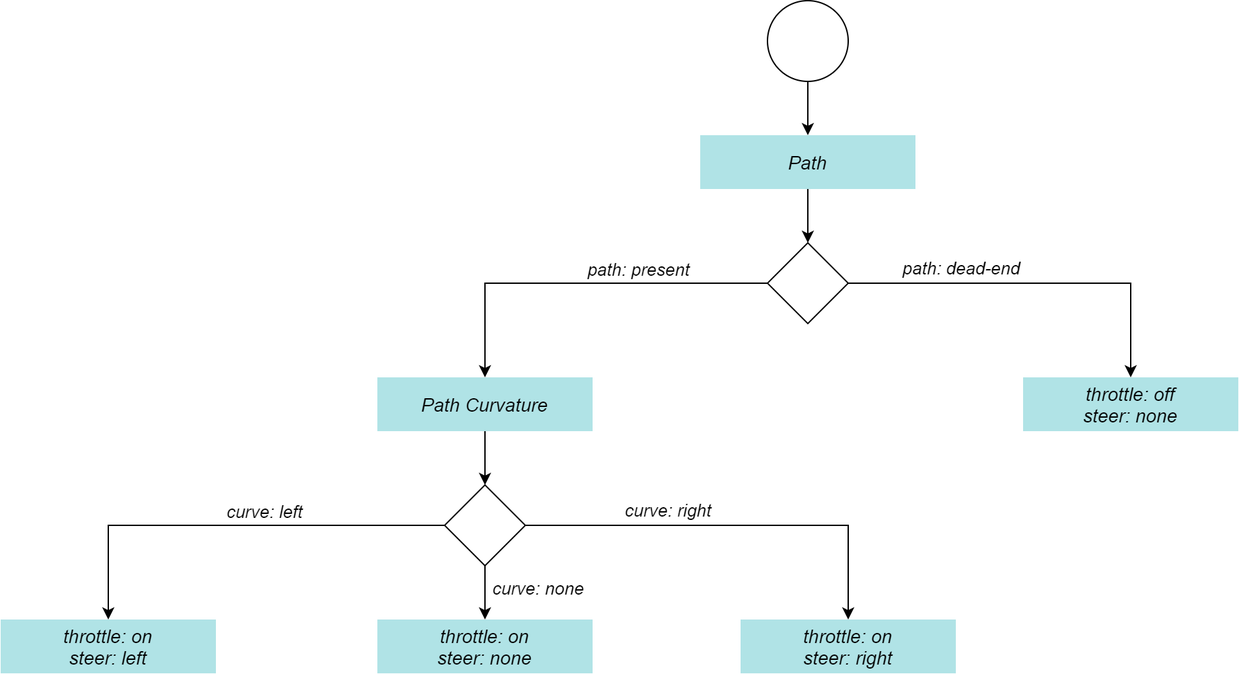
The draw.io diagram images/Step2.png in reshma58/IOT_ProjectReport, before a commit. Source tidied: cells renumbered, new cells last; positions are measured from the earlier drawing's top-left corner, leaving out a move shared by most shapes.
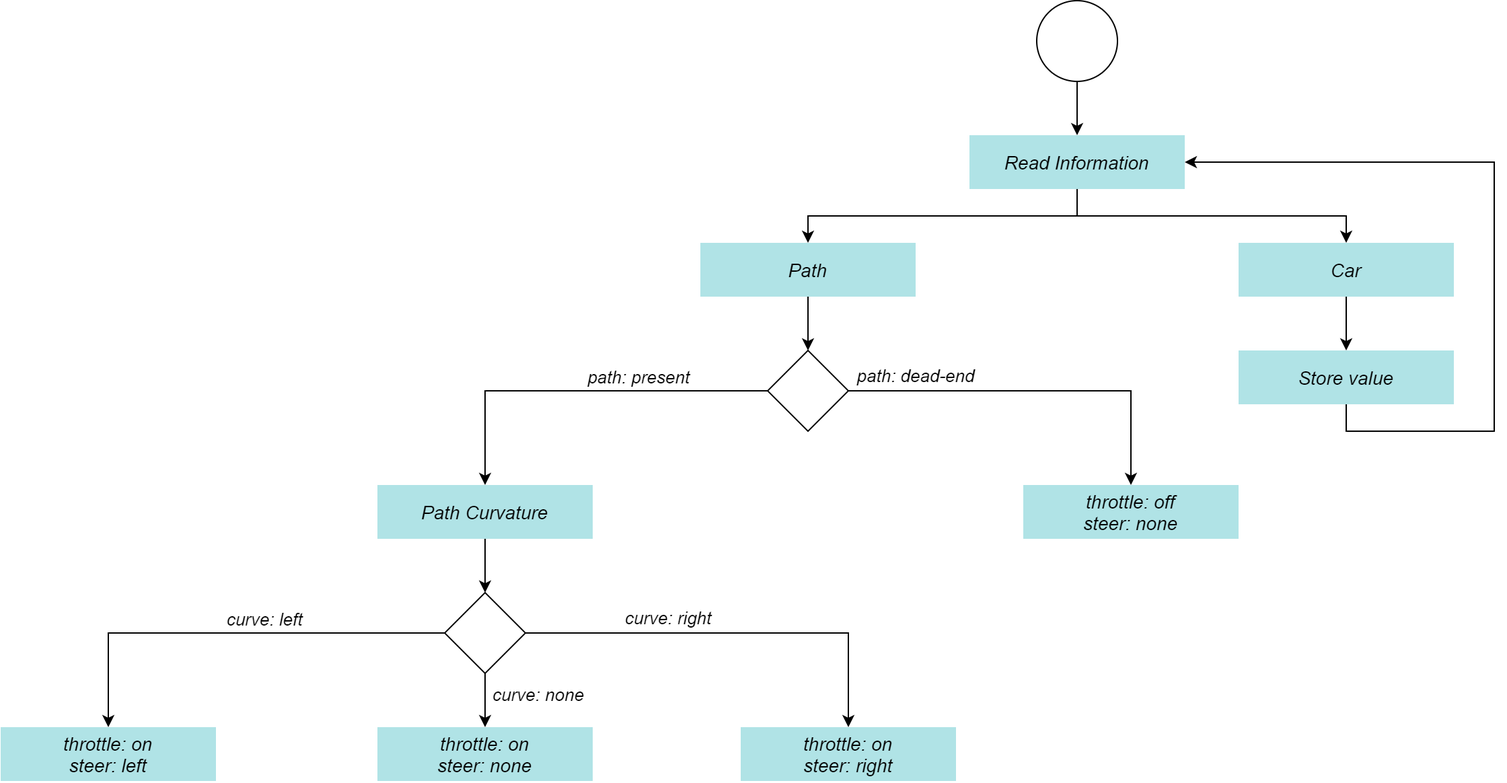
The same diagram one commit later.

Diff of the diagram source:
```diff
@@ -2,77 +2,79 @@
   <root>
     <mxCell id="0" />
     <mxCell id="1" parent="0" />
-    <mxCell id="2" style="edgeStyle=orthogonalEdgeStyle;rounded=0;jettySize=auto;html=1;entryX=0.5;entryY=0;entryDx=0;entryDy=0;" parent="1" edge="1" source="3" target="5">
-      <mxGeometry relative="1" as="geometry" />
-    </mxCell>
-    <mxCell id="3" style="ellipse;whiteSpace=wrap;html=1;" parent="1" vertex="1">
-      <mxGeometry x="570" width="60" height="60" as="geometry" />
-    </mxCell>
-    <mxCell id="4" style="edgeStyle=orthogonalEdgeStyle;rounded=0;jettySize=auto;html=1;entryX=0.5;entryY=0;entryDx=0;entryDy=0;" parent="1" edge="1" source="5" target="10">
-      <mxGeometry relative="1" as="geometry" />
-    </mxCell>
+    <mxCell id="21" style="edgeStyle=orthogonalEdgeStyle;rounded=0;orthogonalLoop=1;jettySize=auto;html=1;entryX=0.5;entryY=0;entryDx=0;entryDy=0;" parent="1" edge="1">
+      <mxGeometry relative="1" as="geometry">
+        <mxPoint x="790" y="370" as="sourcePoint" />
+      </mxGeometry>
+    </mxCell>
+    <mxCell id="22" style="edgeStyle=orthogonalEdgeStyle;rounded=0;orthogonalLoop=1;jettySize=auto;html=1;entryX=0.5;entryY=0;entryDx=0;entryDy=0;" parent="1" edge="1">
+      <mxGeometry relative="1" as="geometry">
+        <mxPoint x="850" y="370" as="sourcePoint" />
+      </mxGeometry>
+    </mxCell>
+    <mxCell id="29" style="edgeStyle=orthogonalEdgeStyle;rounded=0;jettySize=auto;html=1;entryX=0.5;entryY=0;entryDx=0;entryDy=0;" parent="1" edge="1" source="30" target="42">
+      <mxGeometry relative="1" as="geometry" />
+    </mxCell>
+    <mxCell id="30" style="ellipse;whiteSpace=wrap;html=1;" parent="1" vertex="1">
+      <mxGeometry x="770" y="-80" width="60" height="60" as="geometry" />
+    </mxCell>
+    <mxCell id="31" style="edgeStyle=orthogonalEdgeStyle;rounded=0;jettySize=auto;html=1;entryX=0.5;entryY=0;entryDx=0;entryDy=0;" parent="1" edge="1" source="5" target="34">
+      <mxGeometry relative="1" as="geometry" />
+    </mxCell>
     <mxCell id="5" value="&lt;span style=&quot;font-size: 16px&quot;&gt;Path&lt;/span&gt;" style="rounded=0;whiteSpace=wrap;html=1;fillColor=#b0e3e6;strokeColor=none;fontStyle=2;" parent="1" vertex="1">
       <mxGeometry x="520" y="100" width="160" height="40" as="geometry" />
     </mxCell>
-    <mxCell id="6" style="edgeStyle=orthogonalEdgeStyle;rounded=0;jettySize=auto;html=1;entryX=0.5;entryY=0;entryDx=0;entryDy=0;" parent="1" edge="1" source="10" target="19">
-      <mxGeometry relative="1" as="geometry">
-        <Array as="points">
-          <mxPoint x="360" y="210" />
-        </Array>
-      </mxGeometry>
-    </mxCell>
+    <mxCell id="32" style="edgeStyle=orthogonalEdgeStyle;rounded=0;jettySize=auto;html=1;entryX=0.5;entryY=0;entryDx=0;entryDy=0;" parent="1" edge="1" source="34" target="19">
+      <mxGeometry relative="1" as="geometry">
+        <Array as="points">
+          <mxPoint x="360" y="210" />
+        </Array>
+      </mxGeometry>
+    </mxCell>
-    <mxCell id="7" value="&lt;font color=&quot;#000000&quot; style=&quot;font-size: 13px&quot;&gt;path: present&lt;/font&gt;" style="edgeLabel;html=1;align=center;verticalAlign=bottom;fontColor=#FFFFFF;fontSize=13;fontStyle=2;spacingTop=0;spacing=2;spacingLeft=0;labelPosition=center;verticalLabelPosition=top;" parent="6" vertex="1">
+    <mxCell id="7" value="&lt;font color=&quot;#000000&quot; style=&quot;font-size: 13px&quot;&gt;path: present&lt;/font&gt;" style="edgeLabel;html=1;align=center;verticalAlign=bottom;fontColor=#FFFFFF;fontSize=13;fontStyle=2;spacingTop=0;spacing=2;spacingLeft=0;labelPosition=center;verticalLabelPosition=top;" parent="32" vertex="1">
       <mxGeometry x="-0.31" y="-1" relative="1" as="geometry" />
     </mxCell>
-    <mxCell id="8" style="edgeStyle=orthogonalEdgeStyle;rounded=0;jettySize=auto;html=1;entryX=0.5;entryY=0;entryDx=0;entryDy=0;" parent="1" edge="1" source="10" target="20">
-      <mxGeometry relative="1" as="geometry" />
-    </mxCell>
+    <mxCell id="33" style="edgeStyle=orthogonalEdgeStyle;rounded=0;jettySize=auto;html=1;entryX=0.5;entryY=0;entryDx=0;entryDy=0;" parent="1" edge="1" source="34" target="20">
+      <mxGeometry relative="1" as="geometry" />
+    </mxCell>
-    <mxCell id="9" value="&lt;font style=&quot;font-size: 13px&quot;&gt;path: dead-end&lt;/font&gt;" style="edgeLabel;html=1;align=center;verticalAlign=bottom;fontSize=13;fontStyle=2;labelPosition=center;verticalLabelPosition=top;" parent="8" vertex="1">
-      <mxGeometry x="-0.41" y="2" relative="1" as="geometry" />
+    <mxCell id="9" value="&lt;font style=&quot;font-size: 13px&quot;&gt;path: dead-end&lt;/font&gt;" style="edgeLabel;html=1;align=center;verticalAlign=bottom;fontSize=13;fontStyle=2;labelPosition=center;verticalLabelPosition=top;" parent="33" vertex="1">
+      <mxGeometry x="-0.41" y="2" relative="1" as="geometry">
+        <mxPoint x="-33.2" as="offset" />
+      </mxGeometry>
     </mxCell>
-    <mxCell id="10" style="rhombus;whiteSpace=wrap;html=1;" parent="1" vertex="1">
-      <mxGeometry x="570" y="180" width="60" height="60" as="geometry" />
-    </mxCell>
-    <mxCell id="11" style="edgeStyle=orthogonalEdgeStyle;rounded=0;jettySize=auto;html=1;entryX=0.5;entryY=0;entryDx=0;entryDy=0;" parent="1" edge="1" source="17" target="23">
-      <mxGeometry relative="1" as="geometry" />
-    </mxCell>
+    <mxCell id="34" style="rhombus;whiteSpace=wrap;html=1;" parent="1" vertex="1">
+      <mxGeometry x="570" y="180" width="60" height="60" as="geometry" />
+    </mxCell>
+    <mxCell id="35" style="edgeStyle=orthogonalEdgeStyle;rounded=0;jettySize=auto;html=1;entryX=0.5;entryY=0;entryDx=0;entryDy=0;" parent="1" edge="1" source="38" target="23">
+      <mxGeometry relative="1" as="geometry" />
+    </mxCell>
-    <mxCell id="12" value="&lt;font color=&quot;#000000&quot; style=&quot;font-size: 13px&quot;&gt;curve: left&lt;/font&gt;" style="edgeLabel;html=1;align=center;verticalAlign=bottom;fontColor=#FFFFFF;fontSize=13;fontStyle=2;labelPosition=center;verticalLabelPosition=top;" parent="11" vertex="1">
+    <mxCell id="12" value="&lt;font color=&quot;#000000&quot; style=&quot;font-size: 13px&quot;&gt;curve: left&lt;/font&gt;" style="edgeLabel;html=1;align=center;verticalAlign=bottom;fontColor=#FFFFFF;fontSize=13;fontStyle=2;labelPosition=center;verticalLabelPosition=top;" parent="35" vertex="1">
       <mxGeometry x="-0.16" y="-1" relative="1" as="geometry" />
     </mxCell>
-    <mxCell id="13" style="edgeStyle=orthogonalEdgeStyle;rounded=0;jettySize=auto;html=1;labelPosition=center;verticalLabelPosition=top;align=center;verticalAlign=bottom;" parent="1" edge="1" source="17" target="24">
-      <mxGeometry relative="1" as="geometry" />
-    </mxCell>
+    <mxCell id="36" style="edgeStyle=orthogonalEdgeStyle;rounded=0;jettySize=auto;html=1;labelPosition=center;verticalLabelPosition=top;align=center;verticalAlign=bottom;" parent="1" edge="1" source="38" target="24">
+      <mxGeometry relative="1" as="geometry" />
+    </mxCell>
-    <mxCell id="14" value="&lt;font color=&quot;#000000&quot; style=&quot;font-size: 13px&quot;&gt;curve: right&lt;/font&gt;" style="edgeLabel;html=1;align=center;verticalAlign=bottom;fontColor=#FFFFFF;fontSize=13;fontStyle=2;labelPosition=center;verticalLabelPosition=top;" parent="13" vertex="1">
+    <mxCell id="14" value="&lt;font color=&quot;#000000&quot; style=&quot;font-size: 13px&quot;&gt;curve: right&lt;/font&gt;" style="edgeLabel;html=1;align=center;verticalAlign=bottom;fontColor=#FFFFFF;fontSize=13;fontStyle=2;labelPosition=center;verticalLabelPosition=top;" parent="36" vertex="1">
       <mxGeometry x="-0.32" y="2" relative="1" as="geometry" />
     </mxCell>
-    <mxCell id="15" style="edgeStyle=orthogonalEdgeStyle;rounded=0;jettySize=auto;html=1;entryX=0.5;entryY=0;entryDx=0;entryDy=0;fontColor=#FFFFFF;" parent="1" edge="1" source="17" target="25">
-      <mxGeometry relative="1" as="geometry" />
-    </mxCell>
+    <mxCell id="37" style="edgeStyle=orthogonalEdgeStyle;rounded=0;jettySize=auto;html=1;entryX=0.5;entryY=0;entryDx=0;entryDy=0;fontColor=#FFFFFF;" parent="1" edge="1" source="38" target="25">
+      <mxGeometry relative="1" as="geometry" />
+    </mxCell>
-    <mxCell id="16" value="&lt;font color=&quot;#000000&quot; style=&quot;font-size: 13px&quot;&gt;curve: none&lt;/font&gt;" style="edgeLabel;html=1;align=left;verticalAlign=middle;fontColor=#FFFFFF;fontStyle=2;fontSize=13;labelPosition=right;verticalLabelPosition=middle;spacingLeft=4;" parent="15" vertex="1">
+    <mxCell id="16" value="&lt;font color=&quot;#000000&quot; style=&quot;font-size: 13px&quot;&gt;curve: none&lt;/font&gt;" style="edgeLabel;html=1;align=left;verticalAlign=middle;fontColor=#FFFFFF;fontStyle=2;fontSize=13;labelPosition=right;verticalLabelPosition=middle;spacingLeft=4;" parent="37" vertex="1">
       <mxGeometry x="-0.18" relative="1" as="geometry" />
     </mxCell>
-    <mxCell id="17" style="rhombus;whiteSpace=wrap;html=1;" parent="1" vertex="1">
-      <mxGeometry x="330" y="360" width="60" height="60" as="geometry" />
-    </mxCell>
-    <mxCell id="18" style="edgeStyle=orthogonalEdgeStyle;rounded=0;jettySize=auto;html=1;entryX=0.5;entryY=0;entryDx=0;entryDy=0;" parent="1" edge="1" source="19" target="17">
-      <mxGeometry relative="1" as="geometry" />
-    </mxCell>
+    <mxCell id="38" style="rhombus;whiteSpace=wrap;html=1;" parent="1" vertex="1">
+      <mxGeometry x="330" y="360" width="60" height="60" as="geometry" />
+    </mxCell>
+    <mxCell id="39" style="edgeStyle=orthogonalEdgeStyle;rounded=0;jettySize=auto;html=1;entryX=0.5;entryY=0;entryDx=0;entryDy=0;" parent="1" edge="1" source="19" target="38">
+      <mxGeometry relative="1" as="geometry" />
+    </mxCell>
     <mxCell id="19" value="&lt;span style=&quot;font-size: 16px&quot;&gt;Path Curvature&lt;/span&gt;" style="rounded=0;whiteSpace=wrap;html=1;fillColor=#b0e3e6;strokeColor=none;fontStyle=2;" parent="1" vertex="1">
       <mxGeometry x="280" y="280" width="160" height="40" as="geometry" />
     </mxCell>
     <mxCell id="20" value="&lt;span style=&quot;font-size: 16px&quot;&gt;throttle: off&lt;br&gt;steer: none&lt;br&gt;&lt;/span&gt;" style="rounded=0;whiteSpace=wrap;html=1;fillColor=#b0e3e6;strokeColor=none;fontStyle=2;" parent="1" vertex="1">
       <mxGeometry x="760" y="280" width="160" height="40" as="geometry" />
     </mxCell>
-    <mxCell id="21" style="edgeStyle=orthogonalEdgeStyle;rounded=0;jettySize=auto;html=1;entryX=0.5;entryY=0;entryDx=0;entryDy=0;" parent="1" edge="1" target="x">
-      <mxGeometry relative="1" as="geometry">
-        <mxPoint x="810" y="390" as="sourcePoint" />
-      </mxGeometry>
-    </mxCell>
-    <mxCell id="22" style="edgeStyle=orthogonalEdgeStyle;rounded=0;jettySize=auto;html=1;entryX=0.5;entryY=0;entryDx=0;entryDy=0;" parent="1" edge="1" target="x">
-      <mxGeometry relative="1" as="geometry">
-        <mxPoint x="870" y="390" as="sourcePoint" />
-      </mxGeometry>
-    </mxCell>
     <mxCell id="23" value="&lt;font style=&quot;font-size: 14px;&quot;&gt;throttle: on&lt;br style=&quot;font-size: 14px;&quot;&gt;steer: left&lt;br style=&quot;font-size: 14px;&quot;&gt;&lt;/font&gt;" style="rounded=0;whiteSpace=wrap;html=1;fillColor=#b0e3e6;fontStyle=2;strokeColor=none;fontSize=14;" parent="1" vertex="1">
       <mxGeometry y="460" width="160" height="40" as="geometry" />
     </mxCell>
@@ -91,5 +93,32 @@
     <mxCell id="28" value="&lt;span style=&quot;font-size: 14px;&quot;&gt;throttle: off&lt;br style=&quot;font-size: 14px;&quot;&gt;steer: none&lt;br style=&quot;font-size: 14px;&quot;&gt;&lt;/span&gt;" style="rounded=0;whiteSpace=wrap;html=1;fillColor=#b0e3e6;strokeColor=none;fontStyle=2;fontSize=14;" parent="1" vertex="1">
       <mxGeometry x="760" y="280" width="160" height="40" as="geometry" />
     </mxCell>
+    <mxCell id="40" style="edgeStyle=orthogonalEdgeStyle;rounded=0;jettySize=auto;html=1;exitX=0.5;exitY=1;exitDx=0;exitDy=0;" parent="1" edge="1" source="42" target="26">
+      <mxGeometry relative="1" as="geometry" />
+    </mxCell>
+    <mxCell id="41" style="edgeStyle=orthogonalEdgeStyle;rounded=0;jettySize=auto;html=1;entryX=0.5;entryY=0;entryDx=0;entryDy=0;exitX=0.5;exitY=1;exitDx=0;exitDy=0;" parent="1" edge="1" source="42" target="44">
+      <mxGeometry relative="1" as="geometry" />
+    </mxCell>
+    <mxCell id="42" value="&lt;span style=&quot;font-size: 14px&quot;&gt;Read Information&lt;/span&gt;" style="rounded=0;whiteSpace=wrap;html=1;fillColor=#b0e3e6;strokeColor=none;fontStyle=2;fontSize=14;" parent="1" vertex="1">
+      <mxGeometry x="720" y="20" width="160" height="40" as="geometry" />
+    </mxCell>
+    <mxCell id="43" style="edgeStyle=orthogonalEdgeStyle;rounded=0;jettySize=auto;html=1;entryX=0.5;entryY=0;entryDx=0;entryDy=0;" parent="1" edge="1" source="44" target="46">
+      <mxGeometry relative="1" as="geometry" />
+    </mxCell>
+    <mxCell id="44" value="&lt;span style=&quot;font-size: 14px&quot;&gt;Car&lt;/span&gt;" style="rounded=0;whiteSpace=wrap;html=1;fillColor=#b0e3e6;strokeColor=none;fontStyle=2;fontSize=14;" parent="1" vertex="1">
+      <mxGeometry x="920" y="100" width="160" height="40" as="geometry" />
+    </mxCell>
+    <mxCell id="45" style="edgeStyle=orthogonalEdgeStyle;rounded=0;jettySize=auto;html=1;exitX=0.5;exitY=1;exitDx=0;exitDy=0;entryX=1;entryY=0.5;entryDx=0;entryDy=0;" parent="1" edge="1" source="46" target="42">
+      <mxGeometry relative="1" as="geometry">
+        <Array as="points">
+          <mxPoint x="1000" y="240" />
+          <mxPoint x="1110" y="240" />
+          <mxPoint x="1110" y="40" />
+        </Array>
+      </mxGeometry>
+    </mxCell>
+    <mxCell id="46" value="&lt;span style=&quot;font-size: 14px&quot;&gt;Store value&lt;/span&gt;" style="rounded=0;whiteSpace=wrap;html=1;fillColor=#b0e3e6;strokeColor=none;fontStyle=2;fontSize=14;" parent="1" vertex="1">
+      <mxGeometry x="920" y="180" width="160" height="40" as="geometry" />
+    </mxCell>
   </root>
 </mxGraphModel>
```
